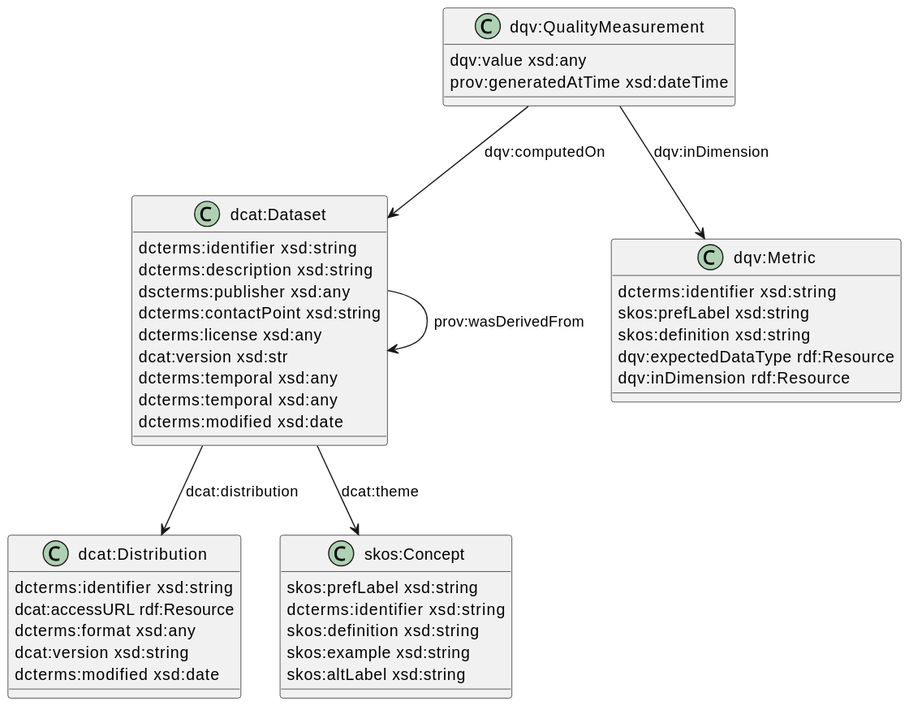
Above: out/documentation/datamodel/datamodel.svg in ines-tools/SimpleMDDataCatalog (PlantUML), before the change. Its diagram source:
```plantuml
@startuml
class "dcat:Dataset" as dataset {
    dcterms:identifier xsd:string
    dcterms:description xsd:string
    dscterms:publisher xsd:any
    dcterms:contactPoint xsd:string
    dcterms:license xsd:any
    dcat:version xsd:str
    dcterms:temporal xsd:any
    dcterms:temporal xsd:any
    dcterms:modified xsd:date
}

class "dcat:Distribution" as distribution {
    dcterms:identifier xsd:string
    dcat:accessURL rdf:Resource
    dcterms:format xsd:any
    dcat:version xsd:string
    dcterms:modified xsd:date

}

class "skos:Concept" as concept {
    skos:prefLabel xsd:string
    dcterms:identifier xsd:string
    skos:definition xsd:string
    skos:example xsd:string
    skos:altLabel xsd:string

}

class "dqv:Metric" as metric {
    dcterms:identifier xsd:string
    skos:prefLabel xsd:string
    skos:definition xsd:string
    dqv:expectedDataType rdf:Resource
    dqv:inDimension rdf:Resource
}

class "dqv:QualityMeasurement" as qualitymeasurement {
    dqv:value xsd:any
    prov:generatedAtTime xsd:dateTime

}

dataset --> distribution : "dcat:distribution"
dataset --> dataset : "prov:wasDerivedFrom"
dataset --> concept : "dcat:theme"

qualitymeasurement --> dataset : "dqv:computedOn"
qualitymeasurement --> metric : "dqv:inDimension"
@enduml
```
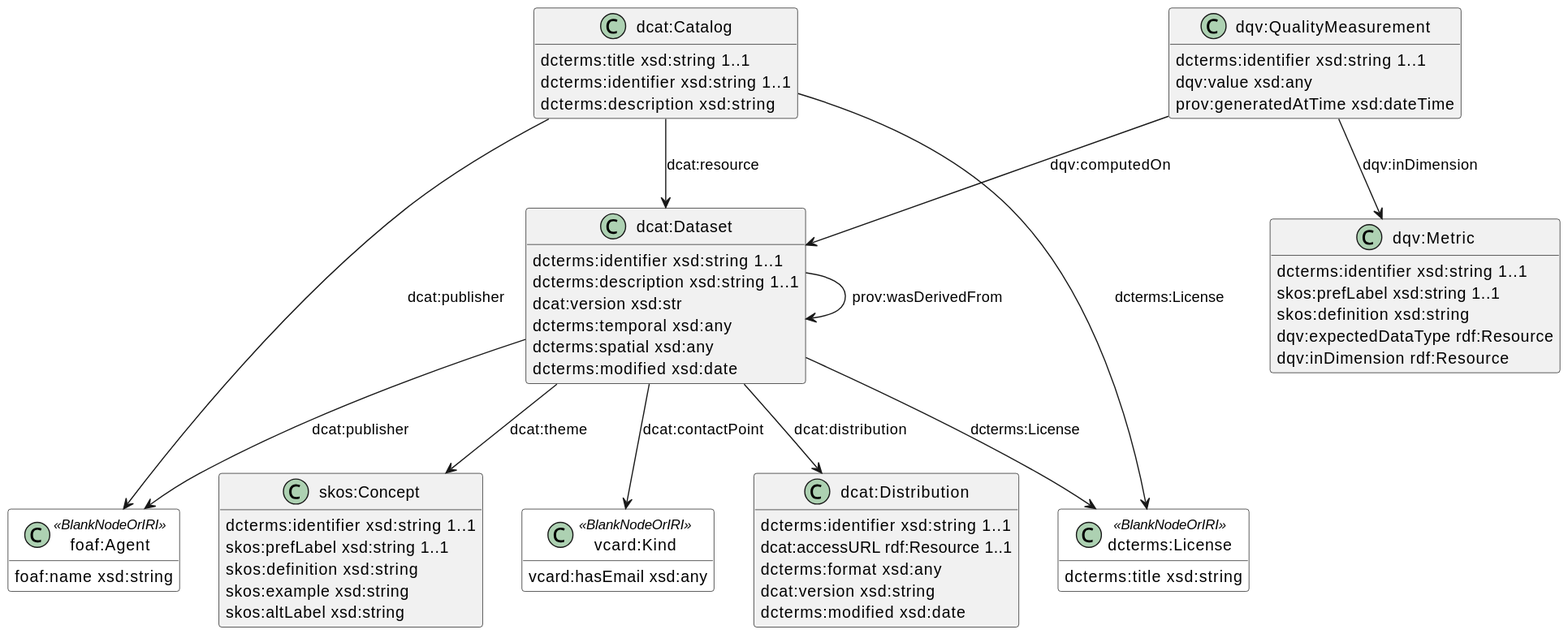
Above is the later version.

The edit, as a diff of the source:
```diff
@@ -1,19 +1,40 @@
 @startuml
+hide empty members
+skinparam class {
+    BackgroundColor<<BlankNodeOrIRI>> white
+}
+
 class "dcat:Dataset" as dataset {
-    dcterms:identifier xsd:string
-    dcterms:description xsd:string
-    dscterms:publisher xsd:any
-    dcterms:contactPoint xsd:string
-    dcterms:license xsd:any
+    dcterms:identifier xsd:string 1..1
+    dcterms:description xsd:string 1..1
     dcat:version xsd:str
     dcterms:temporal xsd:any
-    dcterms:temporal xsd:any
+    dcterms:spatial xsd:any
     dcterms:modified xsd:date
 }
 
+class "dcat:Catalog" as catalog{
+    dcterms:title xsd:string 1..1
+    dcterms:identifier xsd:string 1..1
+    dcterms:description xsd:string
+}
+
+class "foaf:Agent" as agent <<BlankNodeOrIRI>>{
+    foaf:name xsd:string
+
+}
+
+class "dcterms:License" as license <<BlankNodeOrIRI>>{
+    dcterms:title xsd:string
+}
+
+class "vcard:Kind" as kind <<BlankNodeOrIRI>>{
+    vcard:hasEmail xsd:any
+}
+
 class "dcat:Distribution" as distribution {
-    dcterms:identifier xsd:string
-    dcat:accessURL rdf:Resource
+    dcterms:identifier xsd:string 1..1
+    dcat:accessURL rdf:Resource 1..1
     dcterms:format xsd:any
     dcat:version xsd:string
     dcterms:modified xsd:date
@@ -21,8 +42,8 @@
 }
 
 class "skos:Concept" as concept {
-    skos:prefLabel xsd:string
-    dcterms:identifier xsd:string
+    dcterms:identifier xsd:string 1..1
+    skos:prefLabel xsd:string 1..1
     skos:definition xsd:string
     skos:example xsd:string
     skos:altLabel xsd:string
@@ -30,14 +51,15 @@
 }
 
 class "dqv:Metric" as metric {
-    dcterms:identifier xsd:string
-    skos:prefLabel xsd:string
+    dcterms:identifier xsd:string 1..1
+    skos:prefLabel xsd:string 1..1
     skos:definition xsd:string
     dqv:expectedDataType rdf:Resource
     dqv:inDimension rdf:Resource
 }
 
 class "dqv:QualityMeasurement" as qualitymeasurement {
+    dcterms:identifier xsd:string 1..1
     dqv:value xsd:any
     prov:generatedAtTime xsd:dateTime
 
@@ -46,7 +68,14 @@
 dataset --> distribution : "dcat:distribution"
 dataset --> dataset : "prov:wasDerivedFrom"
 dataset --> concept : "dcat:theme"
+dataset --> agent :"dcat:publisher"
+dataset --> kind : "dcat:contactPoint"
+dataset --> license :"dcterms:License"
 
 qualitymeasurement --> dataset : "dqv:computedOn"
 qualitymeasurement --> metric : "dqv:inDimension"
+
+catalog --> license :"dcterms:License"
+catalog --> agent :"dcat:publisher"
+catalog --> dataset : "dcat:resource"
 @enduml
```
